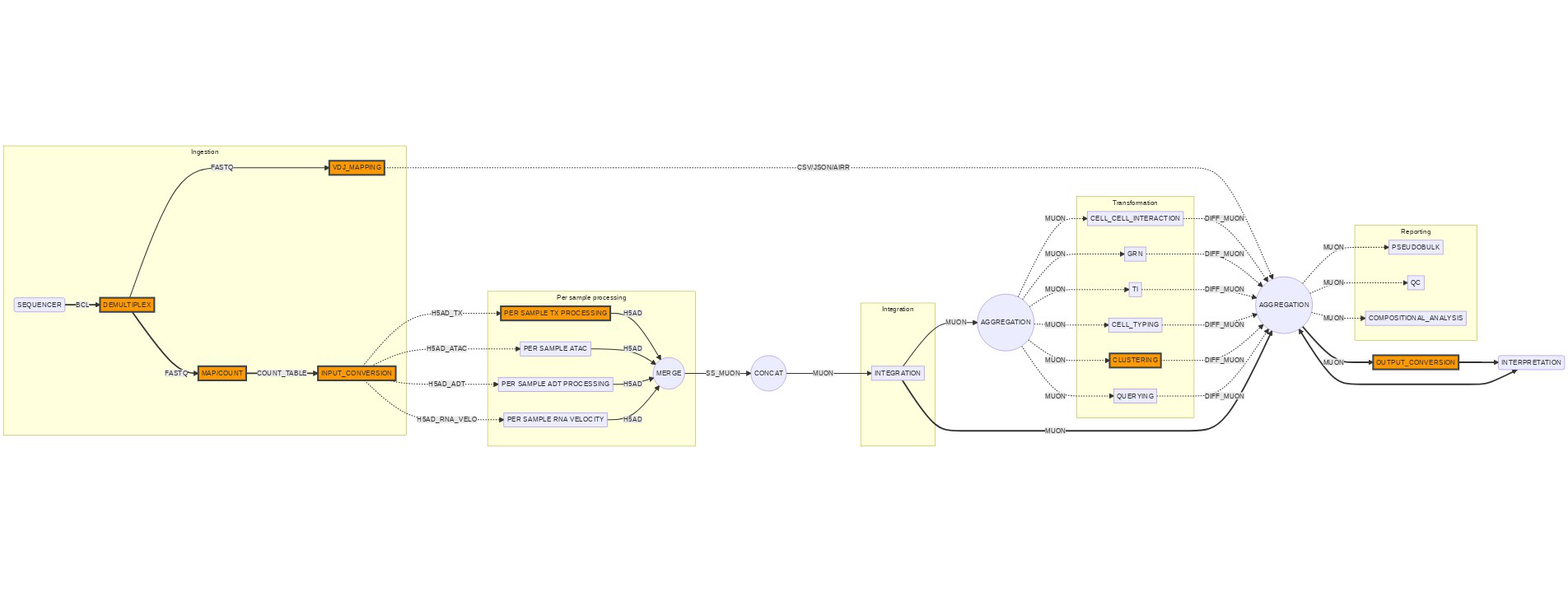
This is docs/figures/pipelines-target-p3.png from openpipelines-bio/openpipeline, a Mermaid export, as it was before one commit. Its source is kept beside it as docs/mermaid/pipelines-target-p3.mermaid.
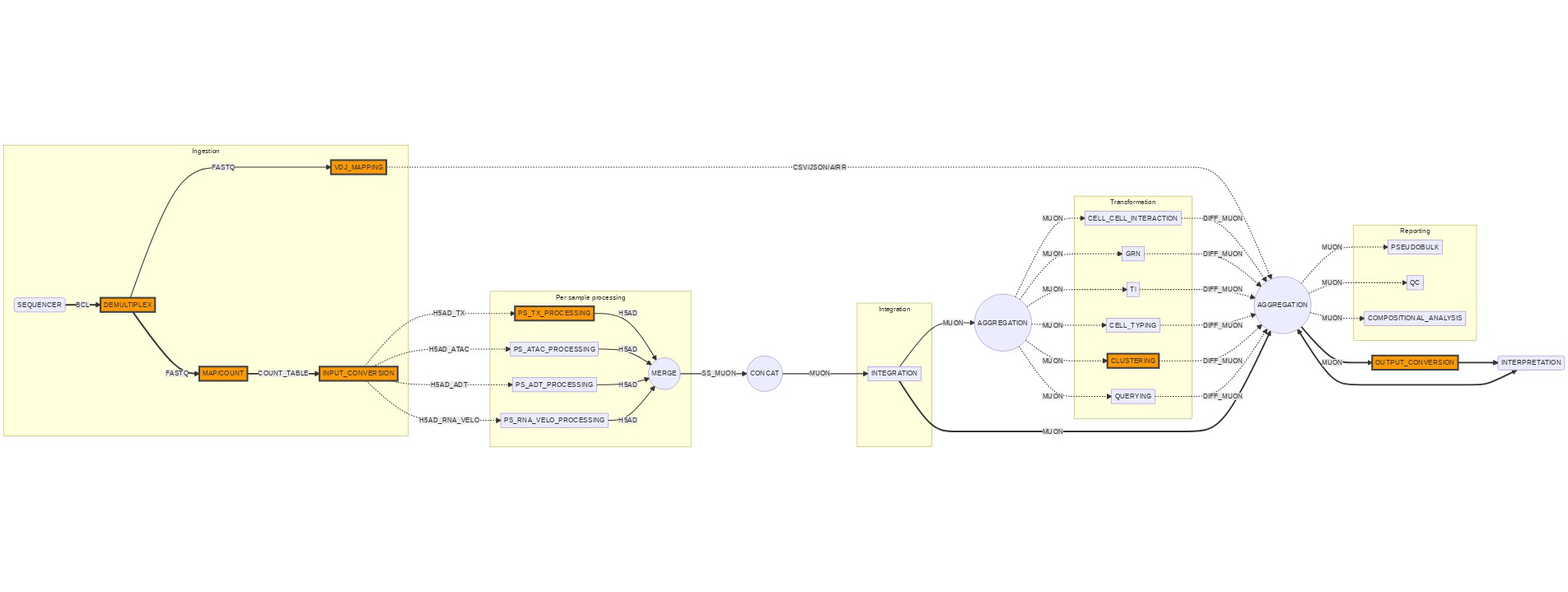
The same diagram one commit later.

Change to the diagram source:
```diff
@@ -3,10 +3,10 @@
     DEMULTIPLEX[DEMULTIPLEX]
     COUNT[MAP/COUNT]
     H5AD_CONVERSION[INPUT_CONVERSION]
-    PERSAMPLE_TX[PER SAMPLE TX PROCESSING]
-    PERSAMPLE_ADT[PER SAMPLE ADT PROCESSING]
-    PERSAMPLE_RNA_VELO[PER SAMPLE RNA VELOCITY]
-    PERSAMPLE_ATAC[PER SAMPLE ATAC]
+    PERSAMPLE_TX[PS_TX_PROCESSING]
+    PERSAMPLE_ADT[PS_ADT_PROCESSING]
+    PERSAMPLE_RNA_VELO[PS_RNA_VELO_PROCESSING]
+    PERSAMPLE_ATAC[PS_ATAC_PROCESSING]
     MERGE((MERGE))
     CONCAT((CONCAT))
     INTEGRATION[INTEGRATION]
```
